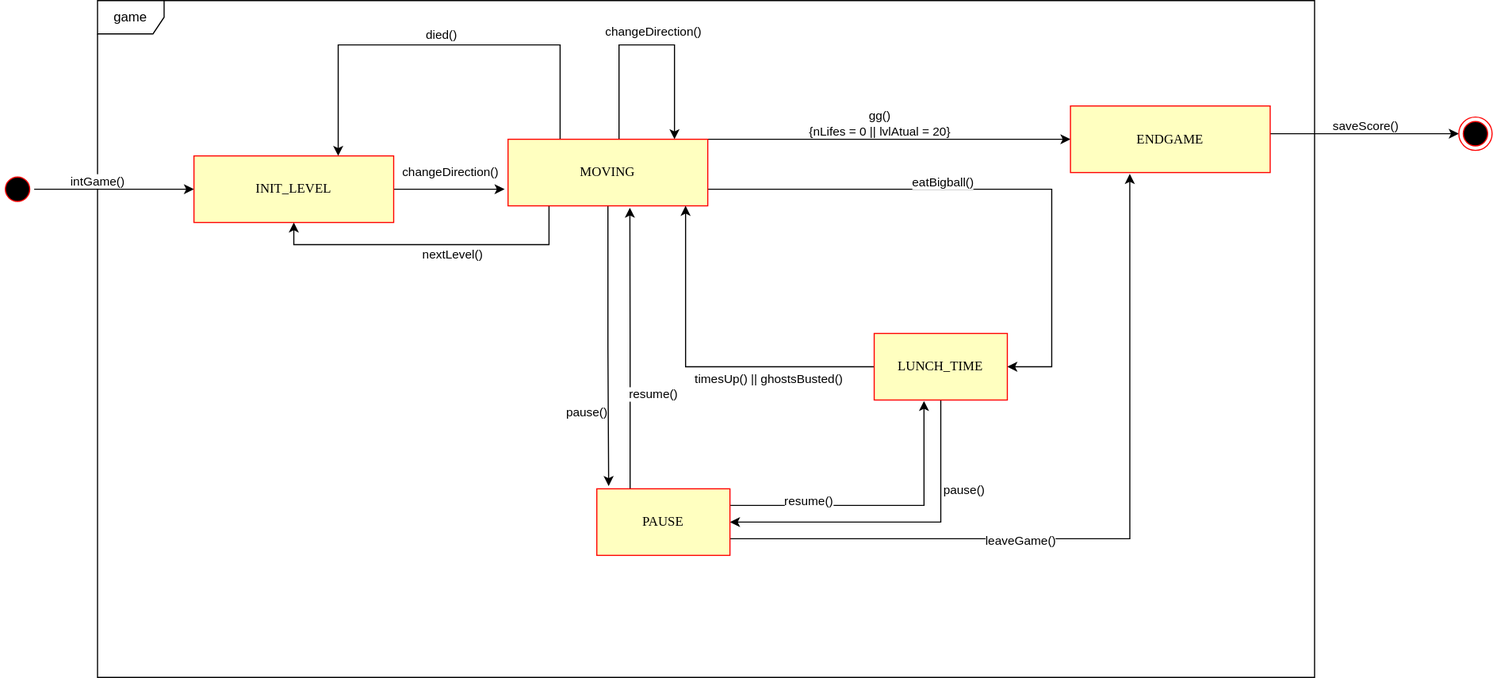
This is State_Diagram.svg from EdEquinox/PAC-MANo, a draw.io export, as it was before one commit. Source tidied: cells renumbered, new cells last; positions are measured from the earlier drawing's top-left corner, leaving out a move shared by most shapes.
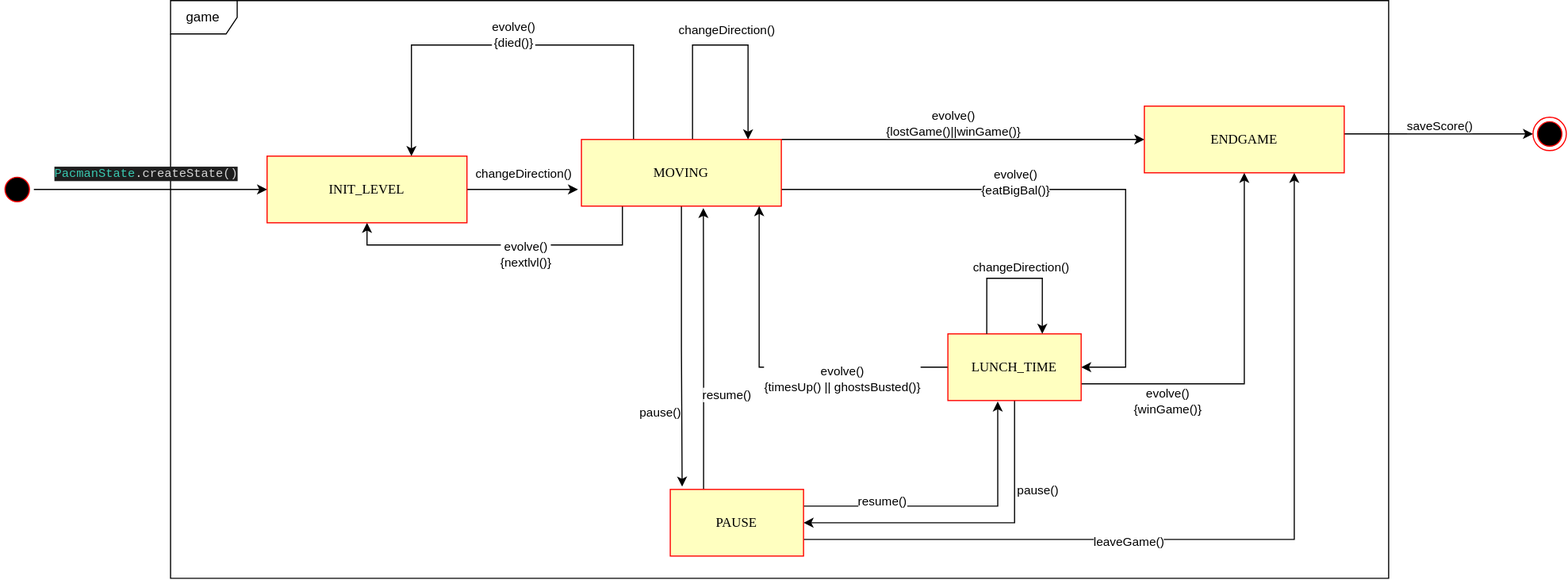
The same diagram one commit later.

Change to the diagram source:
```diff
@@ -3,20 +3,20 @@
     <mxCell id="0" />
     <mxCell id="1" parent="0" />
     <mxCell id="2" value="game" style="shape=umlFrame;whiteSpace=wrap;html=1;" parent="1" vertex="1">
-      <mxGeometry x="87.1" width="1096.9" height="610" as="geometry" />
+      <mxGeometry x="87.1" width="1096.9" height="520" as="geometry" />
     </mxCell>
     <mxCell id="3" style="edgeStyle=orthogonalEdgeStyle;jettySize=auto;html=1;exitX=0.5;exitY=0;exitDx=0;exitDy=0;entryX=0;entryY=0.5;entryDx=0;entryDy=0;rounded=0;" parent="1" edge="1" source="5">
       <mxGeometry relative="1" as="geometry">
         <mxPoint x="174" y="170" as="targetPoint" />
       </mxGeometry>
     </mxCell>
-    <mxCell id="4" value="intGame()" style="edgeLabel;html=1;align=center;verticalAlign=middle;rounded=0;" parent="3" vertex="1">
+    <mxCell id="4" value="&lt;div style=&quot;background-color: rgb(30, 30, 30); color: rgb(212, 212, 212); font-family: &amp;quot;JetBrains Mono&amp;quot;, monospace;&quot;&gt;&lt;span style=&quot;color:#39c8b0;&quot;&gt;PacmanState&lt;/span&gt;.createState()&lt;/div&gt;" style="edgeLabel;html=1;align=center;verticalAlign=middle;rounded=0;" parent="3" vertex="1">
       <mxGeometry x="-0.24" y="1" relative="1" as="geometry">
-        <mxPoint x="1" y="-7" as="offset" />
+        <mxPoint x="20" y="-14" as="offset" />
       </mxGeometry>
     </mxCell>
     <mxCell id="5" style="ellipse;html=1;shape=startState;fillColor=#000000;strokeColor=#ff0000;rounded=0;shadow=0;comic=0;labelBackgroundColor=none;fontFamily=Verdana;fontSize=12;fontColor=#000000;align=center;direction=south;" parent="1" vertex="1">
-      <mxGeometry y="155" width="30" height="30" as="geometry" />
+      <mxGeometry x="-66" y="155" width="30" height="30" as="geometry" />
     </mxCell>
     <mxCell id="6" style="edgeStyle=orthogonalEdgeStyle;rounded=0;jettySize=auto;html=1;" parent="1" edge="1" source="17" target="22">
       <mxGeometry relative="1" as="geometry">
@@ -26,7 +26,7 @@
         </Array>
       </mxGeometry>
     </mxCell>
-    <mxCell id="7" value="eatBigball()" style="edgeLabel;html=1;align=center;verticalAlign=middle;rounded=0;" parent="6" vertex="1">
+    <mxCell id="7" value="evolve()&lt;br&gt;{eatBigBal()}" style="edgeLabel;html=1;align=center;verticalAlign=middle;rounded=0;" parent="6" vertex="1">
       <mxGeometry x="-0.17" y="4" relative="1" as="geometry">
         <mxPoint x="-2" y="-3" as="offset" />
       </mxGeometry>
@@ -39,7 +39,7 @@
         </Array>
       </mxGeometry>
     </mxCell>
-    <mxCell id="9" value="died()" style="edgeLabel;html=1;align=center;verticalAlign=middle;rounded=0;" parent="8" vertex="1">
+    <mxCell id="9" value="evolve()&lt;br&gt;{died()}" style="edgeLabel;html=1;align=center;verticalAlign=middle;rounded=0;" parent="8" vertex="1">
       <mxGeometry x="-0.38" y="-2" relative="1" as="geometry">
         <mxPoint x="-75" y="-8" as="offset" />
       </mxGeometry>
@@ -51,7 +51,7 @@
         </Array>
       </mxGeometry>
     </mxCell>
-    <mxCell id="11" value="gg()&lt;br&gt;{nLifes = 0 || lvlAtual = 20}" style="edgeLabel;html=1;align=center;verticalAlign=middle;rounded=0;" parent="10" vertex="1">
+    <mxCell id="11" value="evolve()&lt;br&gt;{lostGame()||winGame()}" style="edgeLabel;html=1;align=center;verticalAlign=middle;rounded=0;" parent="10" vertex="1">
       <mxGeometry x="-0.28" y="-2" relative="1" as="geometry">
         <mxPoint x="36" y="-17" as="offset" />
       </mxGeometry>
@@ -80,7 +80,7 @@
         </Array>
       </mxGeometry>
     </mxCell>
-    <mxCell id="16" value="nextLevel()" style="edgeLabel;html=1;align=center;verticalAlign=middle;rounded=0;" parent="15" vertex="1">
+    <mxCell id="16" value="evolve()&lt;br&gt;{nextlvl()}" style="edgeLabel;html=1;align=center;verticalAlign=middle;rounded=0;" parent="15" vertex="1">
       <mxGeometry x="-0.14" y="-2" relative="1" as="geometry">
         <mxPoint y="10" as="offset" />
       </mxGeometry>
@@ -95,7 +95,7 @@
         </Array>
       </mxGeometry>
     </mxCell>
-    <mxCell id="19" value="timesUp() || ghostsBusted()" style="edgeLabel;html=1;align=center;verticalAlign=middle;rounded=0;" parent="18" vertex="1">
+    <mxCell id="19" value="evolve()&lt;br&gt;{timesUp() || ghostsBusted()}" style="edgeLabel;html=1;align=center;verticalAlign=middle;rounded=0;" parent="18" vertex="1">
       <mxGeometry x="-0.11" relative="1" as="geometry">
         <mxPoint x="44" y="10" as="offset" />
       </mxGeometry>
@@ -112,6 +112,9 @@
         <mxPoint x="19" y="-1" as="offset" />
       </mxGeometry>
     </mxCell>
+    <mxCell id="38" style="edgeStyle=orthogonalEdgeStyle;rounded=0;jettySize=auto;html=1;exitX=1;exitY=0.75;exitDx=0;exitDy=0;entryX=0.5;entryY=1;entryDx=0;entryDy=0;" parent="1" edge="1" source="22" target="36">
+      <mxGeometry relative="1" as="geometry" />
+    </mxCell>
     <mxCell id="22" value="LUNCH_TIME" style="rounded=0;whiteSpace=wrap;html=1;arcSize=24;fillColor=#ffffc0;strokeColor=#ff0000;shadow=0;comic=0;labelBackgroundColor=none;fontFamily=Verdana;fontSize=12;fontColor=#000000;align=center;" parent="1" vertex="1">
       <mxGeometry x="787.1" y="300" width="120" height="60" as="geometry" />
     </mxCell>
@@ -131,8 +134,12 @@
         <mxPoint x="19" y="4" as="offset" />
       </mxGeometry>
     </mxCell>
-    <mxCell id="27" style="edgeStyle=orthogonalEdgeStyle;rounded=0;jettySize=auto;html=1;exitX=1;exitY=0.75;exitDx=0;exitDy=0;entryX=0.297;entryY=1.021;entryDx=0;entryDy=0;entryPerimeter=0;" parent="1" edge="1" source="29" target="36">
-      <mxGeometry relative="1" as="geometry" />
+    <mxCell id="27" style="edgeStyle=orthogonalEdgeStyle;rounded=0;jettySize=auto;html=1;exitX=1;exitY=0.75;exitDx=0;exitDy=0;entryX=0.75;entryY=1;entryDx=0;entryDy=0;" parent="1" edge="1" source="29" target="36">
+      <mxGeometry relative="1" as="geometry">
+        <Array as="points">
+          <mxPoint x="1099" y="485" />
+        </Array>
+      </mxGeometry>
     </mxCell>
     <mxCell id="28" value="leaveGame()" style="edgeLabel;html=1;align=center;verticalAlign=middle;rounded=0;" parent="27" vertex="1">
       <mxGeometry x="-0.24" y="-1" relative="1" as="geometry" />
@@ -173,5 +180,23 @@
     <mxCell id="37" style="ellipse;html=1;shape=endState;fillColor=#000000;strokeColor=#ff0000;rounded=0;" parent="1" vertex="1">
       <mxGeometry x="1314" y="105" width="30" height="30" as="geometry" />
     </mxCell>
+    <mxCell id="39" style="edgeStyle=orthogonalEdgeStyle;rounded=0;orthogonalLoop=1;jettySize=auto;html=1;" parent="1" edge="1">
+      <mxGeometry relative="1" as="geometry">
+        <mxPoint x="822.1" y="300" as="sourcePoint" />
+        <mxPoint x="872.1" y="300" as="targetPoint" />
+        <Array as="points">
+          <mxPoint x="822" y="250" />
+          <mxPoint x="872" y="250" />
+        </Array>
+      </mxGeometry>
+    </mxCell>
+    <mxCell id="40" value="changeDirection()" style="edgeLabel;html=1;align=center;verticalAlign=middle;rounded=0;" parent="39" vertex="1">
+      <mxGeometry x="0.36" y="1" relative="1" as="geometry">
+        <mxPoint x="-21" y="-12" as="offset" />
+      </mxGeometry>
+    </mxCell>
+    <mxCell id="41" value="evolve()&lt;br&gt;{winGame()}" style="edgeLabel;html=1;align=center;verticalAlign=middle;rounded=0;" parent="1" vertex="1">
+      <mxGeometry x="984" y="360" as="geometry" />
+    </mxCell>
   </root>
 </mxGraphModel>
```
